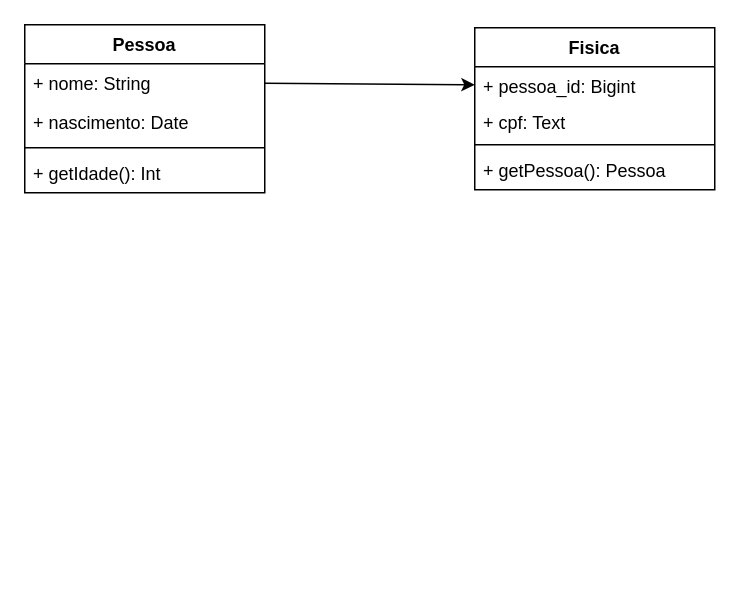
Earlier version of the draw.io diagram docs/diagramas/exemplo.diagrama.drawio (jocasine2/quickstart_rails). Source tidied: cells renumbered, new cells numbered last; positions are measured from the earlier drawing's top-left corner, leaving out a move shared by most shapes. Both pictures are drawn from the tidied source at 150%, with x=0, y=0 at pixel (24, 24).
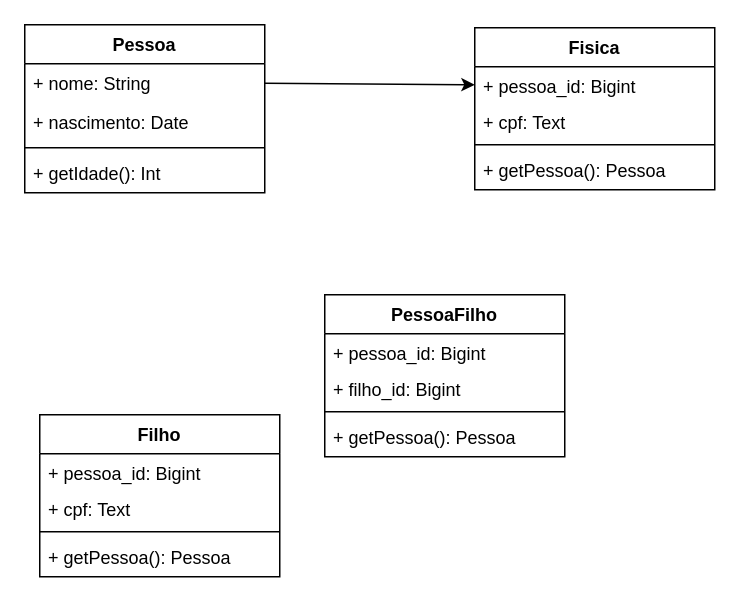
After the change.

Commit message (it also covers changes not shown here):
✨ Cria gerador de scaffold com base nas classes do diagrama de classes

What changed in the source:
```diff
@@
+    <mxCell id="13" value="Filho" style="swimlane;fontStyle=1;align=center;verticalAlign=top;horizontal=1;startSize=26;" parent="1" vertex="1">
+      <mxGeometry x="10" y="260" width="160" height="108" as="geometry" />
+    </mxCell>
+    <mxCell id="14" value="+ pessoa_id: Bigint" style="text;strokeColor=none;fillColor=none;align=left;verticalAlign=top;spacingLeft=4;spacingRight=4;overflow=hidden;" parent="13" vertex="1">
+      <mxGeometry y="26" width="160" height="24" as="geometry" />
+    </mxCell>
+    <mxCell id="15" value="+ cpf: Text" style="text;strokeColor=none;fillColor=none;align=left;verticalAlign=top;spacingLeft=4;spacingRight=4;overflow=hidden;" parent="13" vertex="1">
+      <mxGeometry y="50" width="160" height="24" as="geometry" />
+    </mxCell>
+    <mxCell id="16" style="line;strokeWidth=1;fillColor=none;align=left;verticalAlign=middle;spacingTop=-1;spacingLeft=3;spacingRight=3;labelPosition=right;" parent="13" vertex="1">
+      <mxGeometry y="74" width="160" height="8" as="geometry" />
+    </mxCell>
+    <mxCell id="17" value="+ getPessoa(): Pessoa" style="text;strokeColor=none;fillColor=none;align=left;verticalAlign=top;spacingLeft=4;spacingRight=4;overflow=hidden;" parent="13" vertex="1">
+      <mxGeometry y="82" width="160" height="26" as="geometry" />
+    </mxCell>
+    <mxCell id="18" value="PessoaFilho" style="swimlane;fontStyle=1;align=center;verticalAlign=top;horizontal=1;startSize=26;" parent="1" vertex="1">
+      <mxGeometry x="200" y="180" width="160" height="108" as="geometry" />
+    </mxCell>
+    <mxCell id="19" value="+ pessoa_id: Bigint" style="text;strokeColor=none;fillColor=none;align=left;verticalAlign=top;spacingLeft=4;spacingRight=4;overflow=hidden;" parent="18" vertex="1">
+      <mxGeometry y="26" width="160" height="24" as="geometry" />
+    </mxCell>
+    <mxCell id="20" value="+ filho_id: Bigint" style="text;strokeColor=none;fillColor=none;align=left;verticalAlign=top;spacingLeft=4;spacingRight=4;overflow=hidden;" parent="18" vertex="1">
+      <mxGeometry y="50" width="160" height="24" as="geometry" />
+    </mxCell>
+    <mxCell id="21" style="line;strokeWidth=1;fillColor=none;align=left;verticalAlign=middle;spacingTop=-1;spacingLeft=3;spacingRight=3;labelPosition=right;" parent="18" vertex="1">
+      <mxGeometry y="74" width="160" height="8" as="geometry" />
+    </mxCell>
+    <mxCell id="22" value="+ getPessoa(): Pessoa" style="text;strokeColor=none;fillColor=none;align=left;verticalAlign=top;spacingLeft=4;spacingRight=4;overflow=hidden;" parent="18" vertex="1">
+      <mxGeometry y="82" width="160" height="26" as="geometry" />
+    </mxCell>
```
